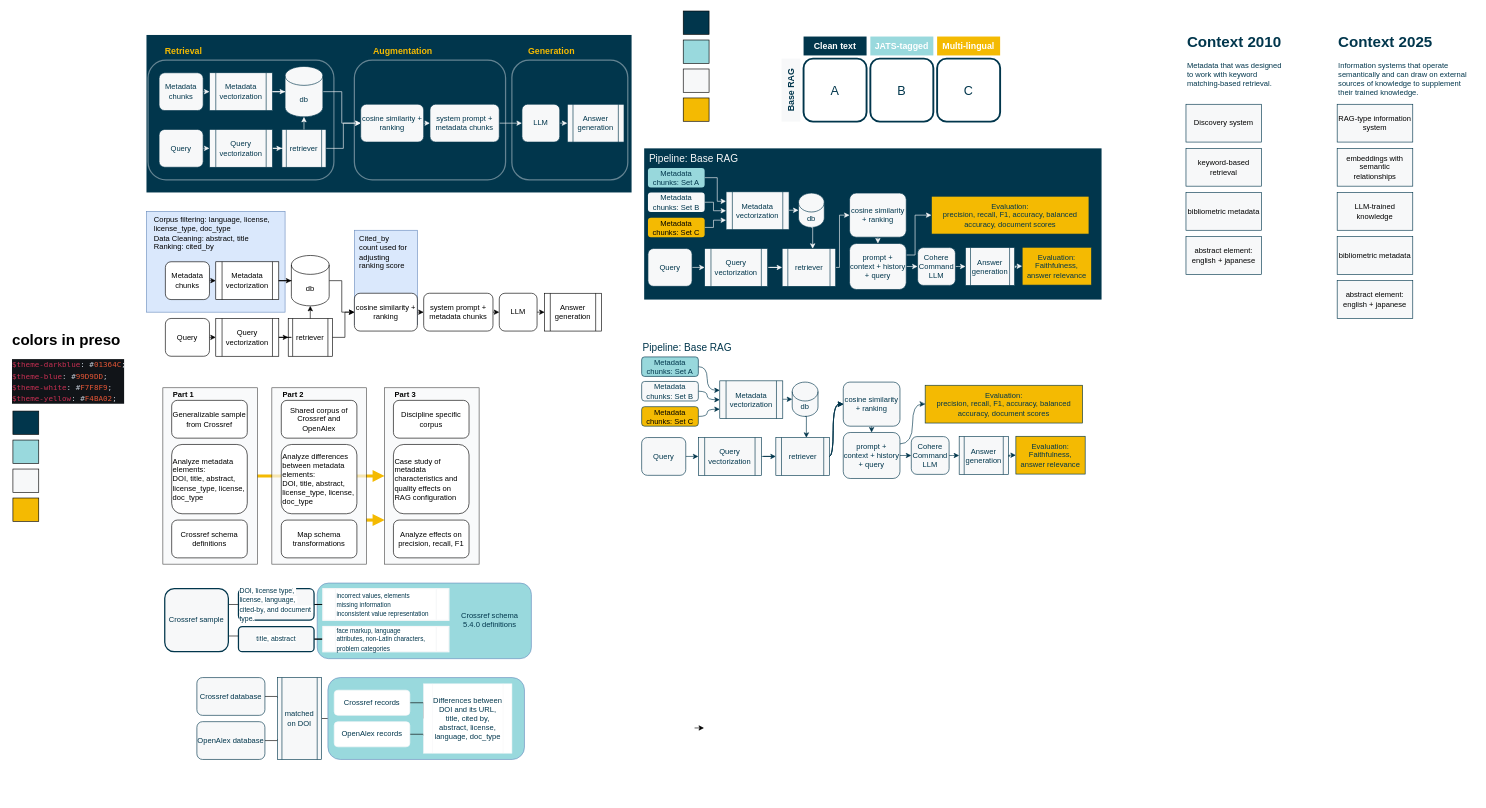
poppy-nicolette/Dissertation keeps this draw.io diagram as diagrams/part_3_basic_pipeline.drawio. Above is the earlier version. Source tidied: cells renumbered, new cells numbered last; positions are measured from the earlier drawing's top-left corner, leaving out a move shared by most shapes. Both pictures are drawn from the tidied source at 63%, with x=0, y=0 at pixel (11, 11).
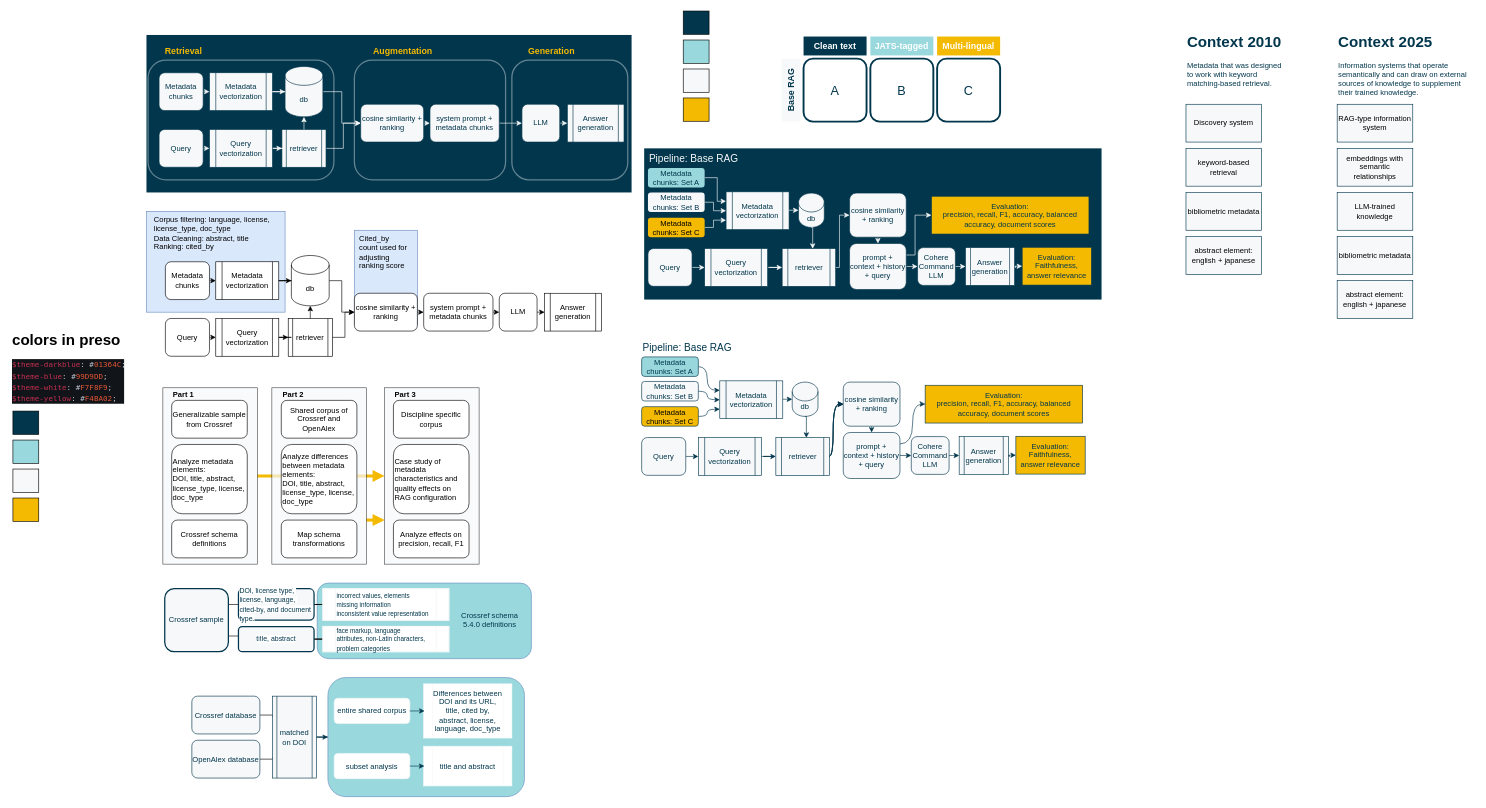
The same page after the edit.

Diff of the diagram source:
```diff
@@
     <mxCell id="58" style="group;" parent="1" vertex="1">
-      <mxGeometry x="295" y="1058" width="520" height="130" as="geometry" />
+      <mxGeometry x="295" y="1058" width="520" height="189" as="geometry" />
     </mxCell>
@@
     <mxCell id="60" value="&lt;font color=&quot;#01364c&quot;&gt;Crossref database&lt;/font&gt;" style="rounded=1;whiteSpace=wrap;html=1;strokeColor=#01364C;fillColor=#F7F8F9;" parent="58" vertex="1">
-      <mxGeometry width="108" height="60" as="geometry" />
+      <mxGeometry x="-8" y="29.5" width="108" height="60" as="geometry" />
     </mxCell>
@@
     <mxCell id="62" value="&lt;font color=&quot;#01364c&quot;&gt;OpenAlex database&lt;/font&gt;" style="rounded=1;whiteSpace=wrap;html=1;strokeColor=#01364C;fillColor=#F7F8F9;" parent="58" vertex="1">
-      <mxGeometry y="70" width="108" height="60" as="geometry" />
+      <mxGeometry x="-8" y="99.5" width="108" height="60" as="geometry" />
     </mxCell>
-    <mxCell id="63" style="edgeStyle=orthogonalEdgeStyle;rounded=0;jettySize=auto;html=1;exitX=1;exitY=0.5;exitDx=0;exitDy=0;entryX=0;entryY=0.5;entryDx=0;entryDy=0;endArrow=none;endFill=0;" parent="58" edge="1" source="64" target="65">
+    <mxCell id="63" style="edgeStyle=orthogonalEdgeStyle;rounded=0;jettySize=auto;html=1;exitX=1;exitY=0.5;exitDx=0;exitDy=0;strokeColor=#01364C;" parent="58" edge="1" source="64" target="65">
       <mxGeometry relative="1" as="geometry" />
     </mxCell>
     <mxCell id="64" value="&lt;font color=&quot;#01364c&quot;&gt;matched on DOI&lt;/font&gt;" style="shape=process;whiteSpace=wrap;html=1;backgroundOutline=1;strokeColor=#01364C;fillColor=#F7F8F9;" parent="58" vertex="1">
-      <mxGeometry x="128" width="70" height="130" as="geometry" />
+      <mxGeometry x="120" y="29.5" width="70" height="130" as="geometry" />
     </mxCell>
     <mxCell id="65" style="rounded=1;whiteSpace=wrap;html=1;fillColor=#99D9DD;strokeColor=#6c8ebf;" parent="58" vertex="1">
-      <mxGeometry x="208" width="312" height="130" as="geometry" />
+      <mxGeometry x="208" width="312" height="189" as="geometry" />
     </mxCell>
-    <mxCell id="66" style="edgeStyle=orthogonalEdgeStyle;rounded=0;jettySize=auto;html=1;exitX=1;exitY=0.5;exitDx=0;exitDy=0;entryX=0;entryY=0.5;entryDx=0;entryDy=0;endArrow=none;endFill=0;" parent="58" edge="1" source="67" target="70">
-      <mxGeometry relative="1" as="geometry" />
-    </mxCell>
-    <mxCell id="67" value="&lt;font color=&quot;#01364c&quot;&gt;Crossref records&lt;/font&gt;" style="rounded=1;whiteSpace=wrap;html=1;strokeColor=#F7F8F9;" parent="58" vertex="1">
-      <mxGeometry x="218" y="20" width="120" height="40" as="geometry" />
+    <mxCell id="67" value="&lt;font color=&quot;#01364c&quot;&gt;entire shared corpus&lt;/font&gt;" style="rounded=1;whiteSpace=wrap;html=1;strokeColor=#F7F8F9;" parent="58" vertex="1">
+      <mxGeometry x="218" y="33" width="120" height="40" as="geometry" />
     </mxCell>
-    <mxCell id="68" style="edgeStyle=orthogonalEdgeStyle;rounded=0;jettySize=auto;html=1;exitX=1;exitY=0.5;exitDx=0;exitDy=0;entryX=0;entryY=0.75;entryDx=0;entryDy=0;endArrow=none;endFill=0;" parent="58" edge="1" source="69" target="70">
-      <mxGeometry relative="1" as="geometry" />
-    </mxCell>
-    <mxCell id="69" value="&lt;font color=&quot;#01364c&quot;&gt;OpenAlex records&lt;/font&gt;" style="rounded=1;whiteSpace=wrap;html=1;strokeColor=#F7F8F9;" parent="58" vertex="1">
-      <mxGeometry x="218" y="70" width="120" height="40" as="geometry" />
+    <mxCell id="69" value="&lt;font color=&quot;#01364c&quot;&gt;subset analysis&lt;/font&gt;" style="rounded=1;whiteSpace=wrap;html=1;strokeColor=#F7F8F9;" parent="58" vertex="1">
+      <mxGeometry x="218" y="120.5" width="120" height="40" as="geometry" />
     </mxCell>
     <mxCell id="70" value="&lt;font color=&quot;#01364c&quot;&gt;Differences between DOI and its URL, title, cited by, abstract, license, language, doc_type&lt;/font&gt;" style="shape=process;whiteSpace=wrap;html=1;backgroundOutline=1;strokeColor=#F7F8F9;" parent="58" vertex="1">
-      <mxGeometry x="360" y="10" width="140" height="110" as="geometry" />
+      <mxGeometry x="360" y="10" width="140" height="86" as="geometry" />
     </mxCell>
-    <mxCell id="71" style="edgeStyle=orthogonalEdgeStyle;rounded=0;orthogonalLoop=1;jettySize=auto;html=1;exitX=1;exitY=0.5;exitDx=0;exitDy=0;entryX=0;entryY=0.5;entryDx=0;entryDy=0;" parent="1" edge="1">
-      <mxGeometry relative="1" as="geometry">
-        <mxPoint x="1085" y="1138" as="sourcePoint" />
-        <mxPoint x="1100" y="1138" as="targetPoint" />
-      </mxGeometry>
-    </mxCell>
+    <mxCell id="192" value="&lt;font color=&quot;#01364c&quot;&gt;title and abstract&lt;/font&gt;" style="shape=process;whiteSpace=wrap;html=1;backgroundOutline=1;strokeColor=#F7F8F9;" parent="58" vertex="1">
+      <mxGeometry x="360" y="109" width="140" height="63" as="geometry" />
+    </mxCell>
+    <mxCell id="66" style="edgeStyle=orthogonalEdgeStyle;rounded=0;jettySize=auto;html=1;exitX=1;exitY=0.5;exitDx=0;exitDy=0;entryX=0.01;entryY=0.51;entryDx=0;entryDy=0;entryPerimeter=0;strokeColor=#01364C;" parent="58" edge="1" source="67" target="70">
+      <mxGeometry relative="1" as="geometry" />
+    </mxCell>
+    <mxCell id="193" style="edgeStyle=orthogonalEdgeStyle;rounded=0;jettySize=auto;html=1;exitX=1;exitY=0.5;exitDx=0;exitDy=0;entryX=0.008;entryY=0.5;entryDx=0;entryDy=0;entryPerimeter=0;strokeColor=#01364C;" parent="58" edge="1" source="69" target="192">
+      <mxGeometry relative="1" as="geometry" />
+    </mxCell>
```
